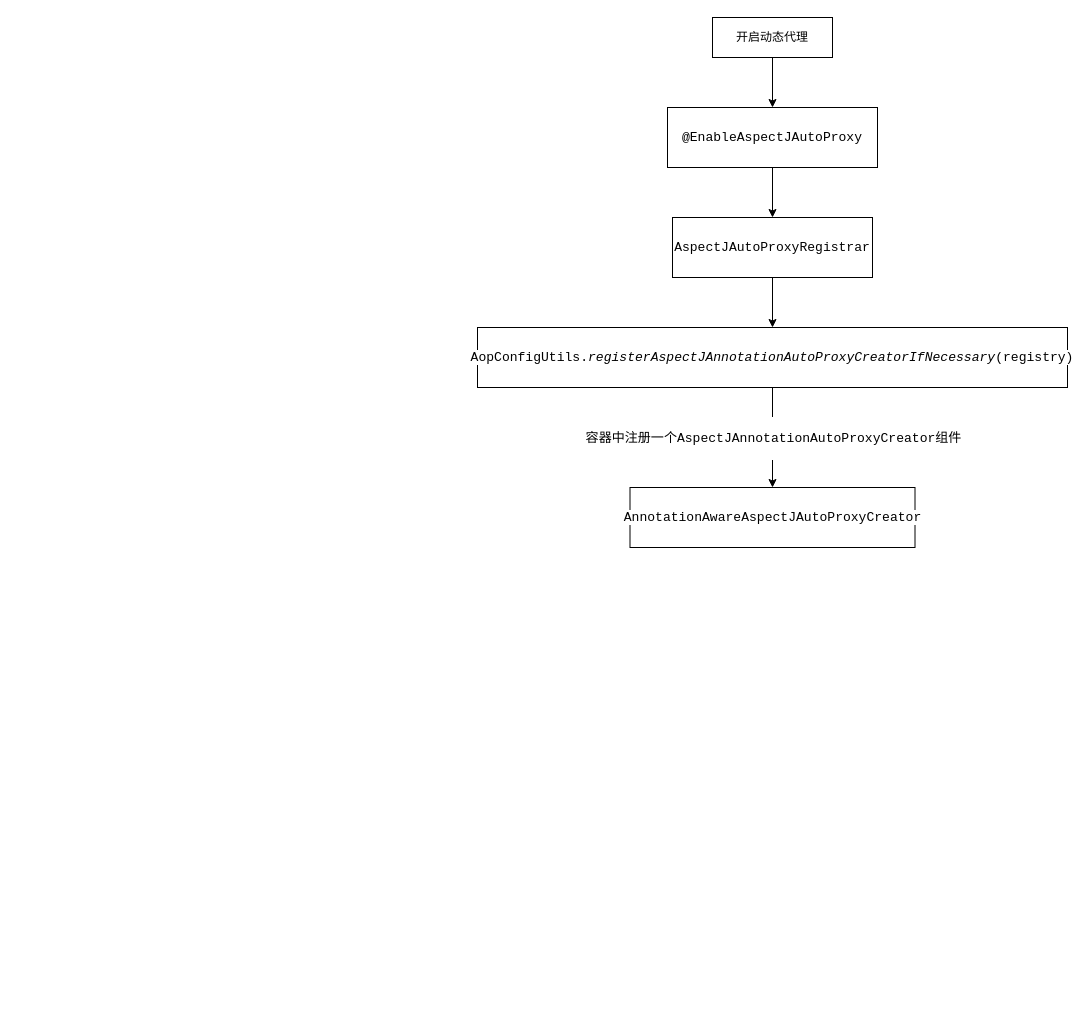
Earlier version of the draw.io diagram Spring AOP源码分析.drawio (linbingxing/mind). Source tidied: cells renumbered, new cells numbered last; positions are measured from the earlier drawing's top-left corner, leaving out a move shared by most shapes. Both pictures are drawn from the tidied source at 100%, with x=0, y=0 at pixel (477, 17).
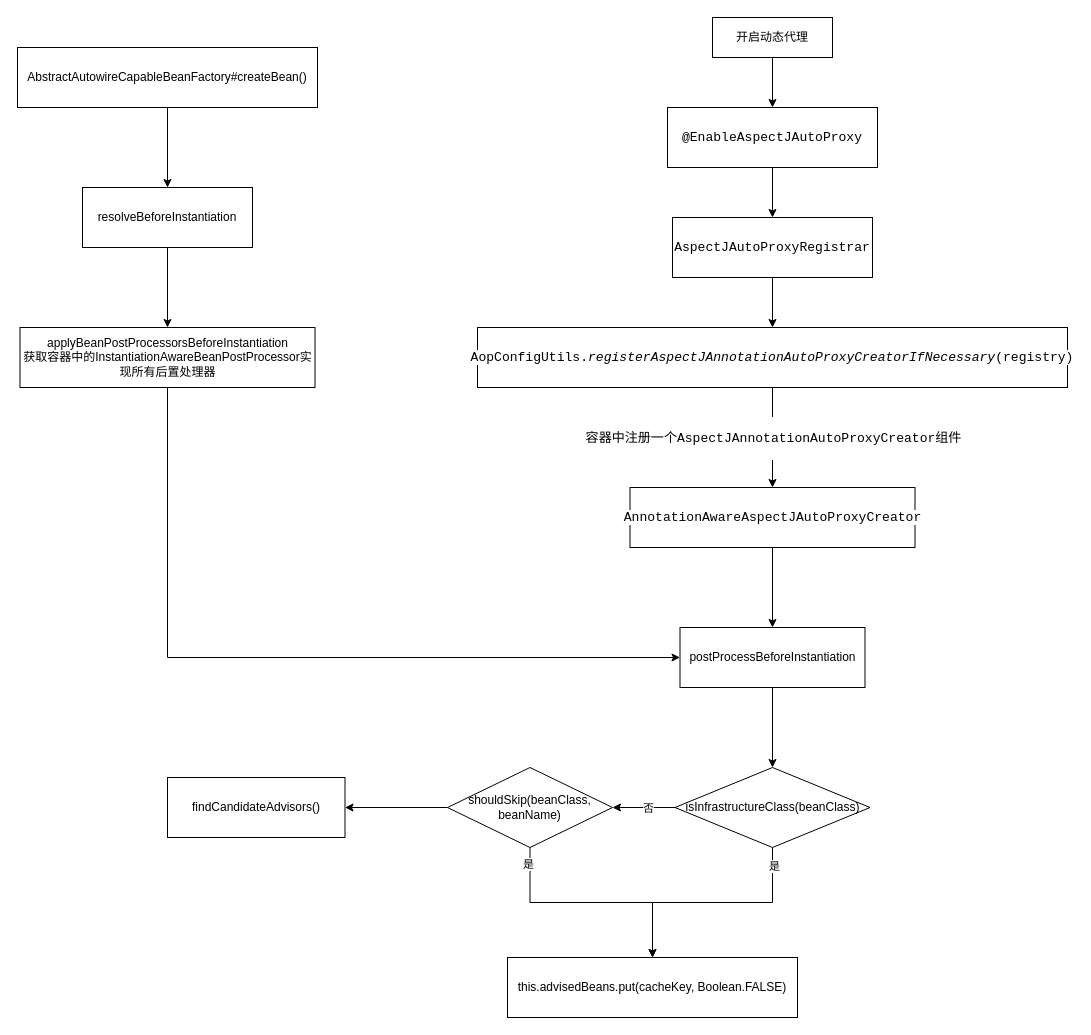
The same page after the edit.

Commit message:
更新Spring AOP源码分析.drawio

Unchanged cells that the change refers to:
```xml
<mxCell id="11" value="&lt;pre style=&quot;font-family: &amp;#34;consolas&amp;#34; ; font-size: 9.8pt&quot;&gt;&lt;span style=&quot;background-color: rgb(255 , 255 , 255)&quot;&gt;AnnotationAwareAspectJAutoProxyCreator&lt;/span&gt;&lt;/pre&gt;" style="whiteSpace=wrap;html=1;strokeColor=#000000;rounded=0;" parent="1" vertex="1">
  <mxGeometry x="152.5" y="470" width="285" height="60" as="geometry" />
</mxCell>
```

Diff of the diagram source:
```diff
@@
+    <mxCell id="12" style="edgeStyle=orthogonalEdgeStyle;rounded=0;jettySize=auto;html=1;" parent="1" edge="1" source="11" target="14">
+      <mxGeometry relative="1" as="geometry" />
+    </mxCell>
@@
+    <mxCell id="13" style="edgeStyle=orthogonalEdgeStyle;rounded=0;jettySize=auto;html=1;" parent="1" edge="1" source="14" target="19">
+      <mxGeometry relative="1" as="geometry" />
+    </mxCell>
+    <mxCell id="14" value="postProcessBeforeInstantiation" style="whiteSpace=wrap;html=1;strokeColor=#000000;rounded=0;" parent="1" vertex="1">
+      <mxGeometry x="202.5" y="610" width="185" height="60" as="geometry" />
+    </mxCell>
+    <mxCell id="15" style="edgeStyle=orthogonalEdgeStyle;rounded=0;jettySize=auto;html=1;" parent="1" edge="1" source="19" target="23">
+      <mxGeometry relative="1" as="geometry" />
+    </mxCell>
+    <mxCell id="16" value="否" style="edgeLabel;html=1;align=center;verticalAlign=middle;" parent="15" vertex="1">
+      <mxGeometry x="-0.69" relative="1" as="geometry">
+        <mxPoint x="-17" as="offset" />
+      </mxGeometry>
+    </mxCell>
+    <mxCell id="17" style="edgeStyle=orthogonalEdgeStyle;rounded=0;jettySize=auto;html=1;entryX=0.5;entryY=0;entryDx=0;entryDy=0;" parent="1" edge="1" source="19" target="24">
+      <mxGeometry relative="1" as="geometry" />
+    </mxCell>
+    <mxCell id="18" value="是" style="edgeLabel;html=1;align=center;verticalAlign=middle;" parent="17" vertex="1">
+      <mxGeometry x="-0.84" y="1" relative="1" as="geometry" />
+    </mxCell>
+    <mxCell id="19" value="isInfrastructureClass(beanClass)" style="rhombus;whiteSpace=wrap;html=1;strokeColor=#000000;rounded=0;" parent="1" vertex="1">
+      <mxGeometry x="197.5" y="750" width="195" height="80" as="geometry" />
+    </mxCell>
+    <mxCell id="20" style="edgeStyle=orthogonalEdgeStyle;rounded=0;jettySize=auto;html=1;" parent="1" edge="1" source="23" target="24">
+      <mxGeometry relative="1" as="geometry" />
+    </mxCell>
+    <mxCell id="21" value="是" style="edgeLabel;html=1;align=center;verticalAlign=middle;" parent="20" vertex="1">
+      <mxGeometry x="-0.86" y="-2" relative="1" as="geometry" />
+    </mxCell>
+    <mxCell id="22" style="edgeStyle=orthogonalEdgeStyle;rounded=0;jettySize=auto;html=1;" parent="1" edge="1" source="23" target="25">
+      <mxGeometry relative="1" as="geometry" />
+    </mxCell>
+    <mxCell id="23" value="shouldSkip(beanClass, beanName)" style="rhombus;whiteSpace=wrap;html=1;strokeColor=#000000;rounded=0;" parent="1" vertex="1">
+      <mxGeometry x="-30" y="750" width="165" height="80" as="geometry" />
+    </mxCell>
+    <mxCell id="24" value="this.advisedBeans.put(cacheKey, Boolean.FALSE)" style="whiteSpace=wrap;html=1;strokeColor=#000000;rounded=0;" parent="1" vertex="1">
+      <mxGeometry x="30" y="940" width="290" height="60" as="geometry" />
+    </mxCell>
+    <mxCell id="25" value="findCandidateAdvisors()" style="whiteSpace=wrap;html=1;strokeColor=#000000;rounded=0;" parent="1" vertex="1">
+      <mxGeometry x="-310" y="760" width="177.5" height="60" as="geometry" />
+    </mxCell>
+    <mxCell id="26" style="edgeStyle=orthogonalEdgeStyle;rounded=0;jettySize=auto;html=1;" parent="1" edge="1" source="27" target="29">
+      <mxGeometry relative="1" as="geometry" />
+    </mxCell>
+    <mxCell id="27" value="AbstractAutowireCapableBeanFactory#createBean()" style="rounded=0;whiteSpace=wrap;html=1;" parent="1" vertex="1">
+      <mxGeometry x="-460" y="30" width="300" height="60" as="geometry" />
+    </mxCell>
+    <mxCell id="28" style="edgeStyle=orthogonalEdgeStyle;rounded=0;jettySize=auto;html=1;" parent="1" edge="1" source="29" target="31">
+      <mxGeometry relative="1" as="geometry" />
+    </mxCell>
+    <mxCell id="29" value="resolveBeforeInstantiation" style="whiteSpace=wrap;html=1;rounded=0;" parent="1" vertex="1">
+      <mxGeometry x="-395" y="170" width="170" height="60" as="geometry" />
+    </mxCell>
+    <mxCell id="30" style="edgeStyle=orthogonalEdgeStyle;rounded=0;jettySize=auto;html=1;entryX=0;entryY=0.5;entryDx=0;entryDy=0;" parent="1" edge="1" source="31" target="14">
+      <mxGeometry relative="1" as="geometry">
+        <Array as="points">
+          <mxPoint x="-310" y="640" />
+        </Array>
+      </mxGeometry>
+    </mxCell>
+    <mxCell id="31" value="applyBeanPostProcessorsBeforeInstantiation&lt;br&gt;获取容器中的InstantiationAwareBeanPostProcessor实现所有后置处理器" style="whiteSpace=wrap;html=1;rounded=0;" parent="1" vertex="1">
+      <mxGeometry x="-457.5" y="310" width="295" height="60" as="geometry" />
+    </mxCell>
```
